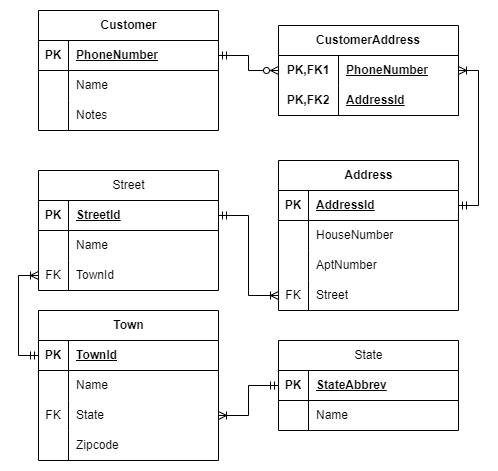
Above: diagrams/CustomerERD.png in wenxie65/RestaurantTouchscreenOrderingSystem (draw.io), before the change. Source tidied: cells renumbered, new cells last; positions are measured from the earlier drawing's top-left corner, leaving out a move shared by most shapes.
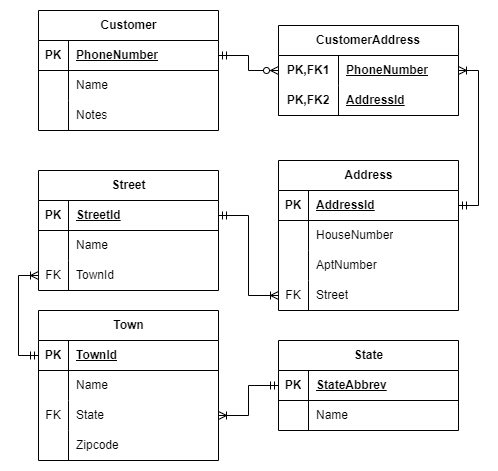
The same file after the commit.

Commit message:
Update Customer ERD

The edit, as a diff of the source:
```diff
@@ -41,7 +41,7 @@
     <mxCell id="14" value="Zipcode" style="shape=partialRectangle;fillColor=none;top=0;left=0;bottom=0;right=0;align=left;spacingLeft=6;overflow=hidden;whiteSpace=wrap;html=1;fontStyle=0;" parent="12" vertex="1">
       <mxGeometry x="30" width="150" height="30" as="geometry" />
     </mxCell>
-    <mxCell id="15" value="State" style="shape=table;startSize=30;rowLines=0;fontStyle=0;align=center;html=1;" parent="1" vertex="1">
+    <mxCell id="15" value="&lt;b&gt;State&lt;/b&gt;" style="shape=table;startSize=30;rowLines=0;fontStyle=0;align=center;html=1;" parent="1" vertex="1">
       <mxGeometry x="240" y="330" width="180" height="90" as="geometry" />
     </mxCell>
     <mxCell id="16" style="shape=tableRow;horizontal=0;startSize=0;swimlaneHead=0;swimlaneBody=0;fillColor=none;points=[[0,0.5],[1,0.5]];portConstraint=eastwest;top=0;left=0;right=0;bottom=1;" parent="15" vertex="1">
@@ -65,7 +65,7 @@
     <mxCell id="22" style="edgeStyle=orthogonalEdgeStyle;rounded=0;jettySize=auto;html=1;exitX=0;exitY=0.5;exitDx=0;exitDy=0;entryX=1;entryY=0.5;entryDx=0;entryDy=0;startArrow=ERmandOne;startFill=0;endArrow=ERoneToMany;endFill=0;" parent="1" edge="1" source="16" target="9">
       <mxGeometry relative="1" as="geometry" />
     </mxCell>
-    <mxCell id="23" value="Street" style="shape=table;startSize=30;rowLines=0;fontStyle=0;align=center;html=1;" parent="1" vertex="1">
+    <mxCell id="23" value="&lt;b&gt;Street&lt;/b&gt;" style="shape=table;startSize=30;rowLines=0;fontStyle=0;align=center;html=1;" parent="1" vertex="1">
       <mxGeometry y="160" width="180" height="120" as="geometry" />
     </mxCell>
     <mxCell id="24" style="shape=tableRow;horizontal=0;startSize=0;swimlaneHead=0;swimlaneBody=0;fillColor=none;points=[[0,0.5],[1,0.5]];portConstraint=eastwest;top=0;left=0;right=0;bottom=1;" parent="23" vertex="1">
```
